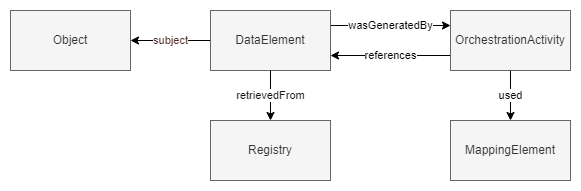
Geonovum/IMX-LineageModel keeps this draw.io diagram as media/summary.png. Above is the earlier version. Source tidied: cells renumbered, new cells last; positions are measured from the earlier drawing's top-left corner, leaving out a move shared by most shapes. The source it was exported from:
```xml
<mxGraphModel background="#ffffff">
  <root>
    <mxCell id="0" />
    <mxCell id="1" parent="0" />
    <mxCell id="2" value="subject" style="edgeStyle=none;html=1;fontColor=#562f2f;" parent="1" edge="1" source="5" target="3">
      <mxGeometry relative="1" as="geometry" />
    </mxCell>
    <mxCell id="3" value="Object" style="rounded=0;whiteSpace=wrap;html=1;fillColor=#f5f5f5;fontColor=#333333;strokeColor=#666666;" parent="1" vertex="1">
      <mxGeometry width="120" height="60" as="geometry" />
    </mxCell>
    <mxCell id="4" value="wasGeneratedBy" style="edgeStyle=none;html=1;exitX=1;exitY=0.25;exitDx=0;exitDy=0;entryX=0;entryY=0.25;entryDx=0;entryDy=0;" parent="1" edge="1" source="5" target="10">
      <mxGeometry relative="1" as="geometry" />
    </mxCell>
    <mxCell id="5" value="DataElement" style="rounded=0;whiteSpace=wrap;html=1;fillColor=#f5f5f5;fontColor=#333333;strokeColor=#666666;" parent="1" vertex="1">
      <mxGeometry x="200" width="120" height="60" as="geometry" />
    </mxCell>
    <mxCell id="6" value="retrievedFrom" style="edgeStyle=none;html=1;fontColor=#121111;" parent="1" edge="1" source="5" target="7">
      <mxGeometry relative="1" as="geometry" />
    </mxCell>
    <mxCell id="7" value="Registry" style="rounded=0;whiteSpace=wrap;html=1;fillColor=#f5f5f5;fontColor=#333333;strokeColor=#666666;" parent="1" vertex="1">
      <mxGeometry x="200" y="110" width="120" height="60" as="geometry" />
    </mxCell>
    <mxCell id="8" value="used" style="edgeStyle=none;html=1;" parent="1" edge="1" source="10" target="11">
      <mxGeometry relative="1" as="geometry" />
    </mxCell>
    <mxCell id="9" value="references" style="edgeStyle=none;jumpSize=15;html=1;endArrow=classic;endFill=1;startSize=6;endSize=6;entryX=1;entryY=0.75;entryDx=0;entryDy=0;exitX=0;exitY=0.75;exitDx=0;exitDy=0;" parent="1" edge="1" source="10" target="5">
      <mxGeometry relative="1" as="geometry" />
    </mxCell>
    <mxCell id="10" value="OrchestrationActivity" style="rounded=0;whiteSpace=wrap;html=1;fillColor=#f5f5f5;fontColor=#333333;strokeColor=#666666;" parent="1" vertex="1">
      <mxGeometry x="440" width="120" height="60" as="geometry" />
    </mxCell>
    <mxCell id="11" value="MappingElement" style="rounded=0;whiteSpace=wrap;html=1;fillColor=#f5f5f5;fontColor=#333333;strokeColor=#666666;" parent="1" vertex="1">
      <mxGeometry x="440" y="110" width="120" height="60" as="geometry" />
    </mxCell>
  </root>
</mxGraphModel>
```
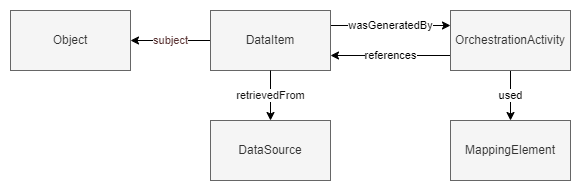
The same file after the commit.

Change to the diagram source:
```diff
@@ -11,13 +11,13 @@
     <mxCell id="4" value="wasGeneratedBy" style="edgeStyle=none;html=1;exitX=1;exitY=0.25;exitDx=0;exitDy=0;entryX=0;entryY=0.25;entryDx=0;entryDy=0;" parent="1" edge="1" source="5" target="10">
       <mxGeometry relative="1" as="geometry" />
     </mxCell>
-    <mxCell id="5" value="DataElement" style="rounded=0;whiteSpace=wrap;html=1;fillColor=#f5f5f5;fontColor=#333333;strokeColor=#666666;" parent="1" vertex="1">
+    <mxCell id="5" value="DataItem" style="rounded=0;whiteSpace=wrap;html=1;fillColor=#f5f5f5;fontColor=#333333;strokeColor=#666666;" parent="1" vertex="1">
       <mxGeometry x="200" width="120" height="60" as="geometry" />
     </mxCell>
     <mxCell id="6" value="retrievedFrom" style="edgeStyle=none;html=1;fontColor=#121111;" parent="1" edge="1" source="5" target="7">
       <mxGeometry relative="1" as="geometry" />
     </mxCell>
-    <mxCell id="7" value="Registry" style="rounded=0;whiteSpace=wrap;html=1;fillColor=#f5f5f5;fontColor=#333333;strokeColor=#666666;" parent="1" vertex="1">
+    <mxCell id="7" value="DataSource" style="rounded=0;whiteSpace=wrap;html=1;fillColor=#f5f5f5;fontColor=#333333;strokeColor=#666666;" parent="1" vertex="1">
       <mxGeometry x="200" y="110" width="120" height="60" as="geometry" />
     </mxCell>
     <mxCell id="8" value="used" style="edgeStyle=none;html=1;" parent="1" edge="1" source="10" target="11">
```
